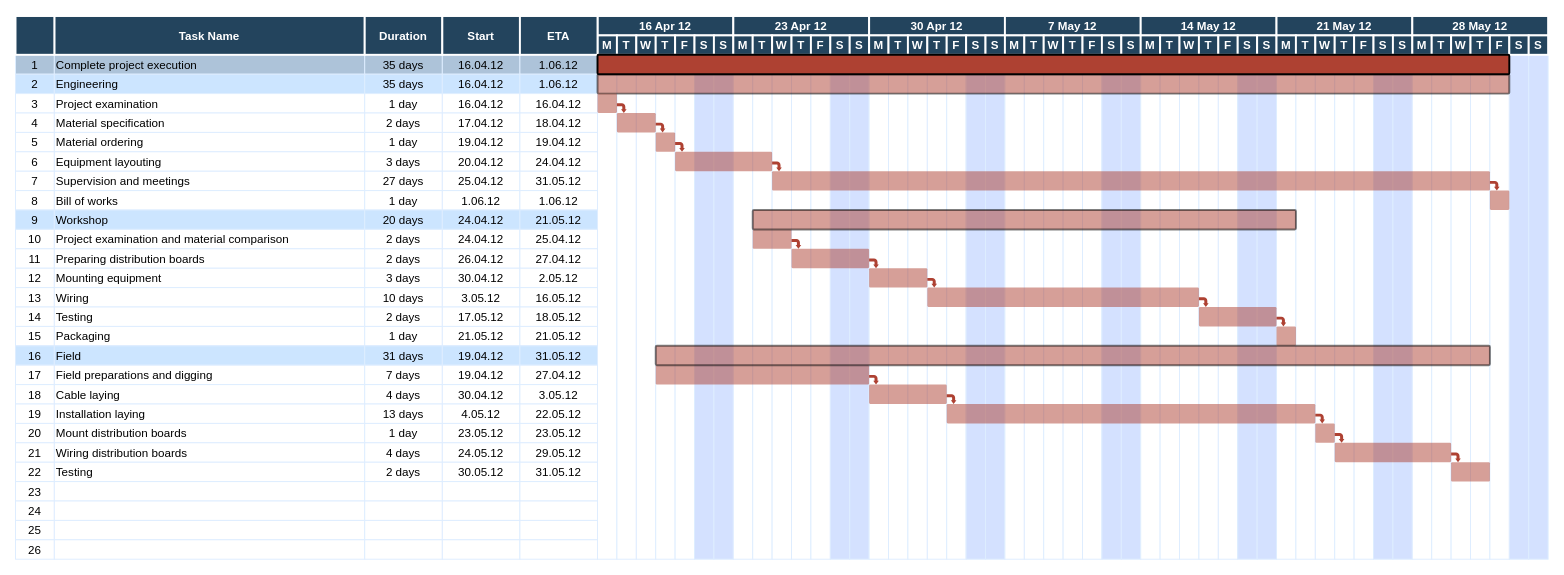
This is Diagrama sin título.drawio from DataEngenieer/djang-crud-auth, a draw.io file, before an edit. Source tidied: cells renumbered, new cells numbered last; positions are measured from the earlier drawing's top-left corner, leaving out a move shared by most shapes. Both pictures are drawn from the tidied source at 97%, with x=0, y=0 at pixel (15, 16).
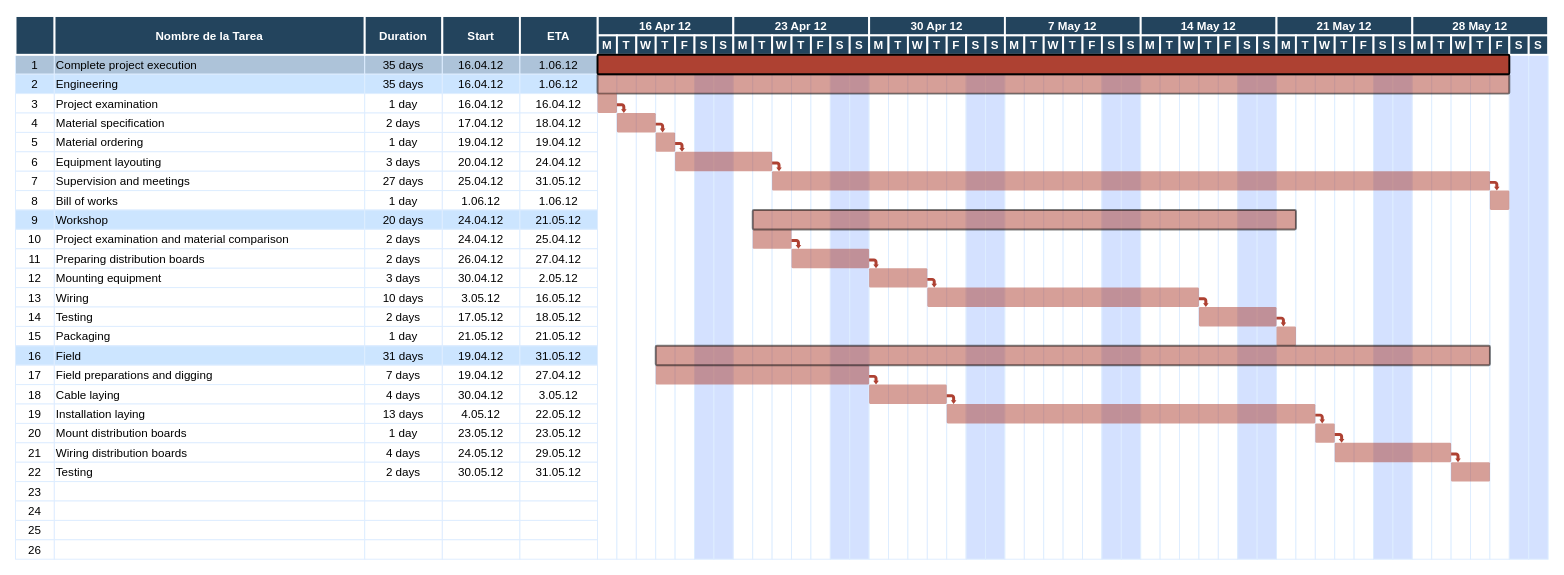
Above is the later version.

What changed in the source:
```diff
@@
-    <mxCell id="181" value="Task Name" style="fillColor=#23445D;strokeColor=#FFFFFF;strokeWidth=2;fontColor=#FFFFFF;fontStyle=1;" parent="1" vertex="1">
+    <mxCell id="181" value="Nombre de la Tarea" style="fillColor=#23445D;strokeColor=#FFFFFF;strokeWidth=2;fontColor=#FFFFFF;fontStyle=1;" parent="1" vertex="1">
       <mxGeometry x="40.5" width="320" height="40" as="geometry" />
     </mxCell>
```
